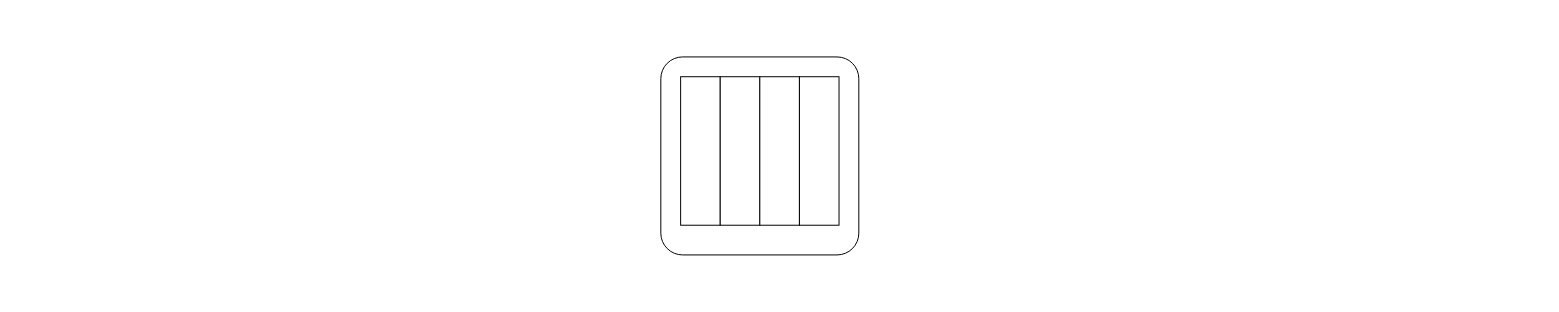
johnseetoh25/draw.io_Gallery keeps this draw.io diagram as Network.drawio. Above is the earlier version. Source tidied: cells renumbered, new cells numbered last; positions are measured from the earlier drawing's top-left corner, leaving out a move shared by most shapes. Both pictures are drawn from the tidied source at 99%, with x=0, y=0 at pixel (660, 56).
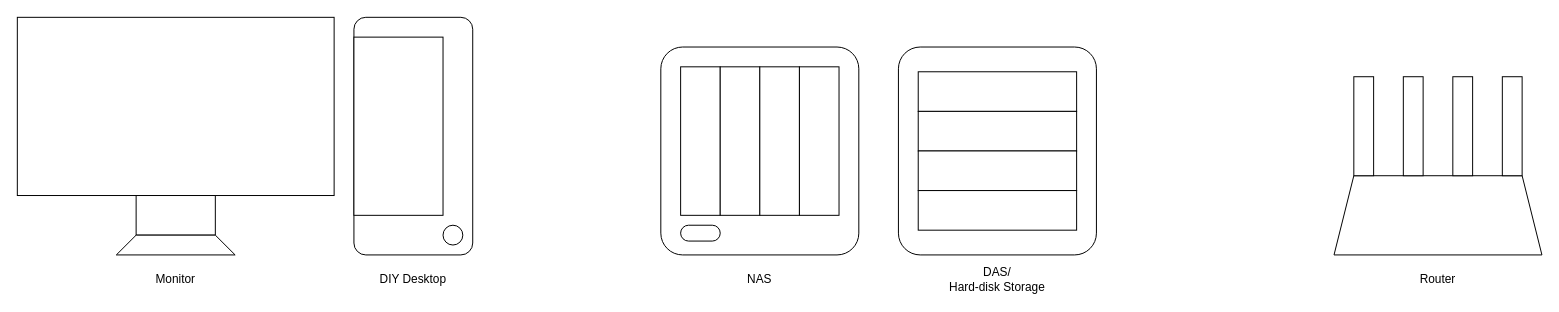
After the change.

Diff of the diagram source:
```diff
@@
+    <mxCell id="7" style="group;" parent="1" vertex="1">
+      <mxGeometry y="-10" width="200" height="250" as="geometry" />
+    </mxCell>
-    <mxCell id="2" style="rounded=1;whiteSpace=wrap;html=1;arcSize=11;" parent="1" vertex="1">
-      <mxGeometry width="200" height="200" as="geometry" />
+    <mxCell id="2" style="rounded=1;whiteSpace=wrap;html=1;arcSize=11;" parent="7" vertex="1">
+      <mxGeometry width="200" height="210" as="geometry" />
     </mxCell>
-    <mxCell id="3" style="rounded=0;whiteSpace=wrap;html=1;" parent="1" vertex="1">
+    <mxCell id="3" style="rounded=0;whiteSpace=wrap;html=1;" parent="7" vertex="1">
       <mxGeometry x="20" y="20" width="40" height="150" as="geometry" />
     </mxCell>
-    <mxCell id="4" style="rounded=0;whiteSpace=wrap;html=1;" parent="1" vertex="1">
+    <mxCell id="4" style="rounded=0;whiteSpace=wrap;html=1;" parent="7" vertex="1">
       <mxGeometry x="60" y="20" width="40" height="150" as="geometry" />
     </mxCell>
-    <mxCell id="5" style="rounded=0;whiteSpace=wrap;html=1;" parent="1" vertex="1">
+    <mxCell id="5" style="rounded=0;whiteSpace=wrap;html=1;" parent="7" vertex="1">
       <mxGeometry x="100" y="20" width="40" height="150" as="geometry" />
     </mxCell>
-    <mxCell id="6" style="rounded=0;whiteSpace=wrap;html=1;" parent="1" vertex="1">
+    <mxCell id="6" style="rounded=0;whiteSpace=wrap;html=1;" parent="7" vertex="1">
       <mxGeometry x="140" y="20" width="40" height="150" as="geometry" />
     </mxCell>
+    <mxCell id="8" style="rounded=1;whiteSpace=wrap;html=1;arcSize=50;" parent="7" vertex="1">
+      <mxGeometry x="20" y="180" width="40" height="16" as="geometry" />
+    </mxCell>
+    <mxCell id="9" value="NAS" style="text;html=1;align=center;verticalAlign=middle;whiteSpace=wrap;rounded=0;" parent="7" vertex="1">
+      <mxGeometry x="70" y="220" width="60" height="30" as="geometry" />
+    </mxCell>
+    <mxCell id="10" style="group;" parent="1" vertex="1">
+      <mxGeometry x="680" y="20" width="210" height="220" as="geometry" />
+    </mxCell>
+    <mxCell id="11" style="shape=trapezoid;perimeter=trapezoidPerimeter;whiteSpace=wrap;html=1;fixedSize=1;" parent="10" vertex="1">
+      <mxGeometry y="100" width="210" height="80" as="geometry" />
+    </mxCell>
+    <mxCell id="12" style="rounded=0;whiteSpace=wrap;html=1;" parent="10" vertex="1">
+      <mxGeometry x="20" width="20" height="100" as="geometry" />
+    </mxCell>
+    <mxCell id="13" style="rounded=0;whiteSpace=wrap;html=1;" parent="10" vertex="1">
+      <mxGeometry x="170" width="20" height="100" as="geometry" />
+    </mxCell>
+    <mxCell id="14" style="rounded=0;whiteSpace=wrap;html=1;" parent="10" vertex="1">
+      <mxGeometry x="70" width="20" height="100" as="geometry" />
+    </mxCell>
+    <mxCell id="15" style="rounded=0;whiteSpace=wrap;html=1;" parent="10" vertex="1">
+      <mxGeometry x="120" width="20" height="100" as="geometry" />
+    </mxCell>
+    <mxCell id="16" value="Router" style="text;html=1;align=center;verticalAlign=middle;whiteSpace=wrap;rounded=0;" parent="10" vertex="1">
+      <mxGeometry x="75" y="190" width="60" height="30" as="geometry" />
+    </mxCell>
+    <mxCell id="17" style="group;" parent="1" vertex="1">
+      <mxGeometry x="-650" y="-40" width="320" height="280" as="geometry" />
+    </mxCell>
+    <mxCell id="18" style="rounded=0;whiteSpace=wrap;html=1;" parent="17" vertex="1">
+      <mxGeometry width="320" height="180" as="geometry" />
+    </mxCell>
+    <mxCell id="19" style="rounded=0;whiteSpace=wrap;html=1;" parent="17" vertex="1">
+      <mxGeometry x="120" y="180" width="80" height="40" as="geometry" />
+    </mxCell>
+    <mxCell id="20" style="shape=trapezoid;perimeter=trapezoidPerimeter;whiteSpace=wrap;html=1;fixedSize=1;" parent="17" vertex="1">
+      <mxGeometry x="100" y="220" width="120" height="20" as="geometry" />
+    </mxCell>
+    <mxCell id="21" value="Monitor" style="text;html=1;align=center;verticalAlign=middle;whiteSpace=wrap;rounded=0;" parent="17" vertex="1">
+      <mxGeometry x="120" y="250" width="80" height="30" as="geometry" />
+    </mxCell>
+    <mxCell id="22" style="group;" parent="1" vertex="1">
+      <mxGeometry x="-310" y="-40" width="120" height="280" as="geometry" />
+    </mxCell>
+    <mxCell id="23" style="rounded=1;whiteSpace=wrap;html=1;arcSize=10;" parent="22" vertex="1">
+      <mxGeometry width="120" height="240" as="geometry" />
+    </mxCell>
+    <mxCell id="24" style="rounded=0;whiteSpace=wrap;html=1;" parent="22" vertex="1">
+      <mxGeometry y="20" width="90" height="180" as="geometry" />
+    </mxCell>
+    <mxCell id="25" style="ellipse;whiteSpace=wrap;html=1;" parent="22" vertex="1">
+      <mxGeometry x="90" y="210" width="20" height="20" as="geometry" />
+    </mxCell>
+    <mxCell id="26" value="DIY Desktop" style="text;html=1;align=center;verticalAlign=middle;whiteSpace=wrap;rounded=0;" parent="22" vertex="1">
+      <mxGeometry x="20" y="250" width="80" height="30" as="geometry" />
+    </mxCell>
+    <mxCell id="27" style="group;" parent="1" vertex="1">
+      <mxGeometry x="240" y="-10" width="200" height="250" as="geometry" />
+    </mxCell>
+    <mxCell id="28" style="rounded=1;whiteSpace=wrap;html=1;arcSize=11;" parent="27" vertex="1">
+      <mxGeometry width="200" height="210" as="geometry" />
+    </mxCell>
+    <mxCell id="29" style="rounded=0;whiteSpace=wrap;html=1;" parent="27" vertex="1">
+      <mxGeometry x="20" y="25" width="160" height="40" as="geometry" />
+    </mxCell>
+    <mxCell id="30" style="rounded=0;whiteSpace=wrap;html=1;" parent="27" vertex="1">
+      <mxGeometry x="20" y="65" width="160" height="40" as="geometry" />
+    </mxCell>
+    <mxCell id="31" style="rounded=0;whiteSpace=wrap;html=1;" parent="27" vertex="1">
+      <mxGeometry x="20" y="105" width="160" height="40" as="geometry" />
+    </mxCell>
+    <mxCell id="32" style="rounded=0;whiteSpace=wrap;html=1;" parent="27" vertex="1">
+      <mxGeometry x="20" y="145" width="160" height="40" as="geometry" />
+    </mxCell>
+    <mxCell id="33" value="DAS/&lt;div&gt;Hard-disk Storage&lt;/div&gt;" style="text;html=1;align=center;verticalAlign=middle;whiteSpace=wrap;rounded=0;" parent="27" vertex="1">
+      <mxGeometry x="40" y="220" width="120" height="30" as="geometry" />
+    </mxCell>
```
